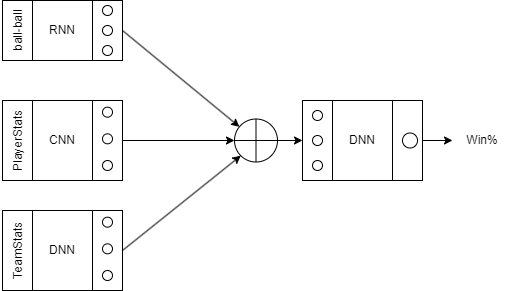
The draw.io diagram public/architectureOverview.png in Salman-shaik116/localt20, before a commit. Source tidied: cells renumbered, new cells last; positions are measured from the earlier drawing's top-left corner, leaving out a move shared by most shapes. Its diagram source:
```xml
<mxGraphModel>
  <root>
    <mxCell id="0" />
    <mxCell id="1" parent="0" />
    <mxCell id="2" style="group;" parent="1" vertex="1">
      <mxGeometry x="14" width="120" height="60" as="geometry" />
    </mxCell>
    <mxCell id="3" style="shape=process;whiteSpace=wrap;html=1;backgroundOutline=1;size=0.25;" parent="2" vertex="1">
      <mxGeometry width="120" height="60" as="geometry" />
    </mxCell>
    <mxCell id="4" value="RNN" style="text;html=1;strokeColor=none;fillColor=none;align=center;verticalAlign=middle;whiteSpace=wrap;rounded=0;" parent="2" vertex="1">
      <mxGeometry x="30" y="15" width="60" height="30" as="geometry" />
    </mxCell>
    <mxCell id="5" value="ball-ball" style="text;html=1;strokeColor=none;fillColor=none;align=center;verticalAlign=middle;whiteSpace=wrap;rounded=0;rotation=-90;" parent="2" vertex="1">
      <mxGeometry x="-13.8" y="16.2" width="60" height="27.5" as="geometry" />
    </mxCell>
    <mxCell id="6" style="ellipse;whiteSpace=wrap;html=1;" parent="2" vertex="1">
      <mxGeometry x="100" y="5" width="10" height="10" as="geometry" />
    </mxCell>
    <mxCell id="7" style="ellipse;whiteSpace=wrap;html=1;" parent="2" vertex="1">
      <mxGeometry x="100" y="45" width="10" height="10" as="geometry" />
    </mxCell>
    <mxCell id="8" style="ellipse;whiteSpace=wrap;html=1;" parent="2" vertex="1">
      <mxGeometry x="100" y="25" width="10" height="10" as="geometry" />
    </mxCell>
    <mxCell id="9" style="group;" parent="1" vertex="1">
      <mxGeometry x="14" y="100" width="120" height="80" as="geometry" />
    </mxCell>
    <mxCell id="10" style="shape=process;whiteSpace=wrap;html=1;backgroundOutline=1;size=0.25;" parent="9" vertex="1">
      <mxGeometry width="120" height="80" as="geometry" />
    </mxCell>
    <mxCell id="11" value="CNN" style="text;html=1;strokeColor=none;fillColor=none;align=center;verticalAlign=middle;whiteSpace=wrap;rounded=0;" parent="9" vertex="1">
      <mxGeometry x="30" y="20" width="60" height="40" as="geometry" />
    </mxCell>
    <mxCell id="12" value="PlayerStats" style="text;html=1;strokeColor=none;fillColor=none;align=center;verticalAlign=middle;whiteSpace=wrap;rounded=0;rotation=-90;" parent="9" vertex="1">
      <mxGeometry x="-13.8" y="21.7" width="60" height="36.7" as="geometry" />
    </mxCell>
    <mxCell id="13" style="ellipse;whiteSpace=wrap;html=1;" parent="9" vertex="1">
      <mxGeometry x="100" y="6.7" width="10" height="10" as="geometry" />
    </mxCell>
    <mxCell id="14" style="ellipse;whiteSpace=wrap;html=1;" parent="9" vertex="1">
      <mxGeometry x="100" y="60" width="10" height="10" as="geometry" />
    </mxCell>
    <mxCell id="15" style="ellipse;whiteSpace=wrap;html=1;" parent="9" vertex="1">
      <mxGeometry x="100" y="33.3" width="10" height="10" as="geometry" />
    </mxCell>
    <mxCell id="16" style="group;" parent="9" vertex="1">
      <mxGeometry y="110" width="120" height="80" as="geometry" />
    </mxCell>
    <mxCell id="17" style="shape=process;whiteSpace=wrap;html=1;backgroundOutline=1;size=0.25;" parent="16" vertex="1">
      <mxGeometry width="120" height="80" as="geometry" />
    </mxCell>
    <mxCell id="18" value="DNN" style="text;html=1;strokeColor=none;fillColor=none;align=center;verticalAlign=middle;whiteSpace=wrap;rounded=0;" parent="16" vertex="1">
      <mxGeometry x="30" y="20" width="60" height="40" as="geometry" />
    </mxCell>
    <mxCell id="19" value="TeamStats" style="text;html=1;strokeColor=none;fillColor=none;align=center;verticalAlign=middle;whiteSpace=wrap;rounded=0;rotation=-90;" parent="16" vertex="1">
      <mxGeometry x="-13.8" y="21.7" width="60" height="36.7" as="geometry" />
    </mxCell>
    <mxCell id="20" style="ellipse;whiteSpace=wrap;html=1;" parent="16" vertex="1">
      <mxGeometry x="100" y="6.7" width="10" height="10" as="geometry" />
    </mxCell>
    <mxCell id="21" style="ellipse;whiteSpace=wrap;html=1;" parent="16" vertex="1">
      <mxGeometry x="100" y="60" width="10" height="10" as="geometry" />
    </mxCell>
    <mxCell id="22" style="ellipse;whiteSpace=wrap;html=1;" parent="16" vertex="1">
      <mxGeometry x="100" y="33.3" width="10" height="10" as="geometry" />
    </mxCell>
    <mxCell id="23" style="edgeStyle=none;html=1;exitX=1;exitY=0.5;exitDx=0;exitDy=0;entryX=0;entryY=0.5;entryDx=0;entryDy=0;" parent="1" edge="1" source="24" target="30">
      <mxGeometry relative="1" as="geometry" />
    </mxCell>
    <mxCell id="24" style="shape=orEllipse;perimeter=ellipsePerimeter;whiteSpace=wrap;html=1;backgroundOutline=1;" parent="1" vertex="1">
      <mxGeometry x="246" y="118.5" width="43" height="43" as="geometry" />
    </mxCell>
    <mxCell id="25" style="edgeStyle=none;html=1;exitX=1;exitY=0.5;exitDx=0;exitDy=0;" parent="1" edge="1" source="3" target="24">
      <mxGeometry relative="1" as="geometry" />
    </mxCell>
    <mxCell id="26" style="edgeStyle=none;html=1;exitX=1;exitY=0.5;exitDx=0;exitDy=0;entryX=0;entryY=1;entryDx=0;entryDy=0;" parent="1" edge="1" source="17" target="24">
      <mxGeometry relative="1" as="geometry" />
    </mxCell>
    <mxCell id="27" style="edgeStyle=none;html=1;exitX=1;exitY=0.5;exitDx=0;exitDy=0;entryX=0;entryY=0.5;entryDx=0;entryDy=0;" parent="1" edge="1" source="10" target="24">
      <mxGeometry relative="1" as="geometry" />
    </mxCell>
    <mxCell id="28" style="group;" parent="1" vertex="1">
      <mxGeometry x="289" y="60" width="120" height="80" as="geometry" />
    </mxCell>
    <mxCell id="29" style="group;" parent="28" vertex="1">
      <mxGeometry x="25" y="40" width="120" height="80" as="geometry" />
    </mxCell>
    <mxCell id="30" style="shape=process;whiteSpace=wrap;html=1;backgroundOutline=1;size=0.25;" parent="29" vertex="1">
      <mxGeometry width="120" height="80" as="geometry" />
    </mxCell>
    <mxCell id="31" value="DNN" style="text;html=1;strokeColor=none;fillColor=none;align=center;verticalAlign=middle;whiteSpace=wrap;rounded=0;" parent="29" vertex="1">
      <mxGeometry x="30" y="20" width="60" height="40" as="geometry" />
    </mxCell>
    <mxCell id="32" style="ellipse;whiteSpace=wrap;html=1;" parent="29" vertex="1">
      <mxGeometry x="10" y="10" width="10" height="10" as="geometry" />
    </mxCell>
    <mxCell id="33" style="ellipse;whiteSpace=wrap;html=1;" parent="29" vertex="1">
      <mxGeometry x="10" y="60" width="10" height="10" as="geometry" />
    </mxCell>
    <mxCell id="34" style="ellipse;whiteSpace=wrap;html=1;" parent="29" vertex="1">
      <mxGeometry x="10" y="35" width="10" height="10" as="geometry" />
    </mxCell>
    <mxCell id="35" style="ellipse;whiteSpace=wrap;html=1;" parent="29" vertex="1">
      <mxGeometry x="100" y="32.5" width="15" height="15" as="geometry" />
    </mxCell>
    <mxCell id="36" style="edgeStyle=none;html=1;exitX=1;exitY=0.5;exitDx=0;exitDy=0;" parent="1" edge="1" source="30" target="37">
      <mxGeometry relative="1" as="geometry" />
    </mxCell>
    <mxCell id="37" value="Win%" style="text;html=1;strokeColor=none;fillColor=none;align=center;verticalAlign=middle;whiteSpace=wrap;rounded=0;" parent="1" vertex="1">
      <mxGeometry x="464" y="122.6" width="60" height="34.8" as="geometry" />
    </mxCell>
  </root>
</mxGraphModel>
```
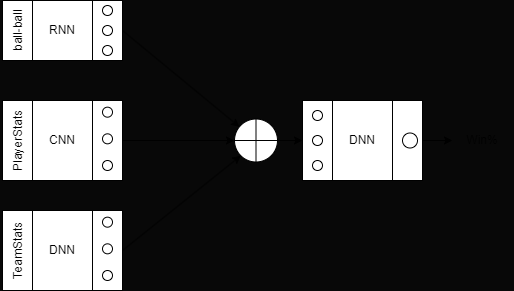
After the change.

What changed in the source:
```diff
@@ -1,4 +1,4 @@
-<mxGraphModel>
+<mxGraphModel background="#080808">
   <root>
     <mxCell id="0" />
     <mxCell id="1" parent="0" />
```
